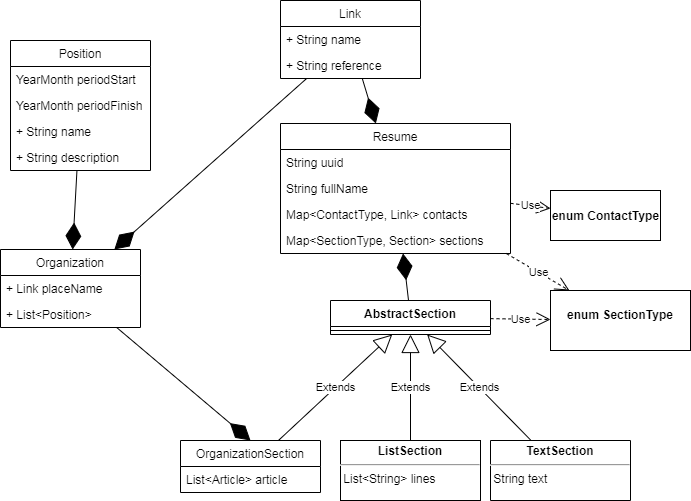
This is basejava.png from ticherti/basejava, a draw.io export, as it was before one commit. Source tidied: cells renumbered, new cells last; positions are measured from the earlier drawing's top-left corner, leaving out a move shared by most shapes.
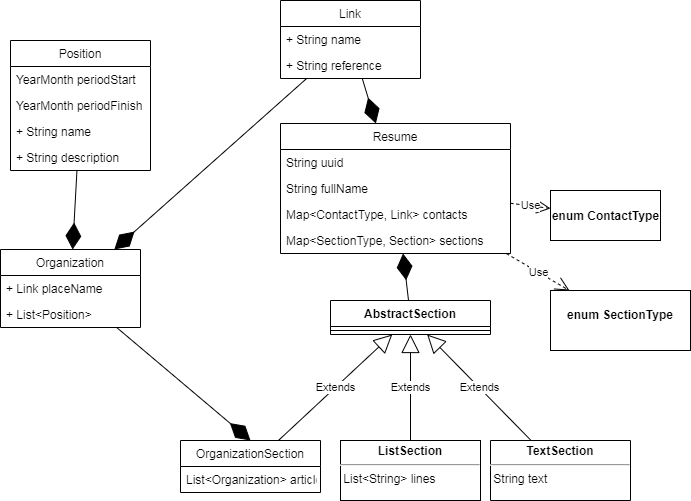
The same diagram one commit later.

Change to the diagram source:
```diff
@@ -86,15 +86,12 @@
     <mxCell id="29" value="OrganizationSection" style="swimlane;fontStyle=0;horizontal=1;startSize=26;fillColor=none;strokeColor=#000000;" parent="1" vertex="1">
       <mxGeometry x="180" y="440" width="140" height="52" as="geometry" />
     </mxCell>
-    <mxCell id="30" value="List&lt;Article&gt; article" style="text;strokeColor=none;fillColor=none;align=left;verticalAlign=top;spacingLeft=4;spacingRight=4;overflow=hidden;" parent="29" vertex="1">
+    <mxCell id="30" value="List&lt;Organization&gt; article" style="text;strokeColor=none;fillColor=none;align=left;verticalAlign=top;spacingLeft=4;spacingRight=4;overflow=hidden;" parent="29" vertex="1">
       <mxGeometry y="26" width="140" height="26" as="geometry" />
     </mxCell>
     <mxCell id="31" value="Extends" style="endArrow=block;endSize=16;endFill=0;html=1;" parent="1" edge="1" source="29" target="7">
       <mxGeometry relative="1" as="geometry" />
     </mxCell>
-    <mxCell id="32" value="Use" style="endArrow=open;endSize=12;dashed=1;html=1;" parent="1" edge="1" source="7" target="10">
-      <mxGeometry relative="1" as="geometry" />
-    </mxCell>
     <mxCell id="33" value="Use" style="endArrow=open;endSize=12;dashed=1;html=1;" parent="1" edge="1" source="2" target="10">
       <mxGeometry relative="1" as="geometry" />
     </mxCell>
```
